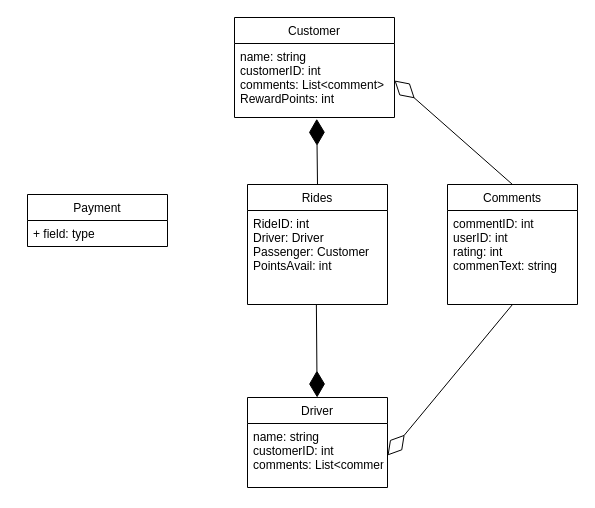
Above: Credit6bDP1.drawio in LastMinuteBanter/DistinctionTaskUML (draw.io), before the change. Source tidied: cells renumbered, new cells numbered last; positions are measured from the earlier drawing's top-left corner, leaving out a move shared by most shapes. Both pictures are drawn from the tidied source at 100%, with x=0, y=0 at pixel (27, 17).
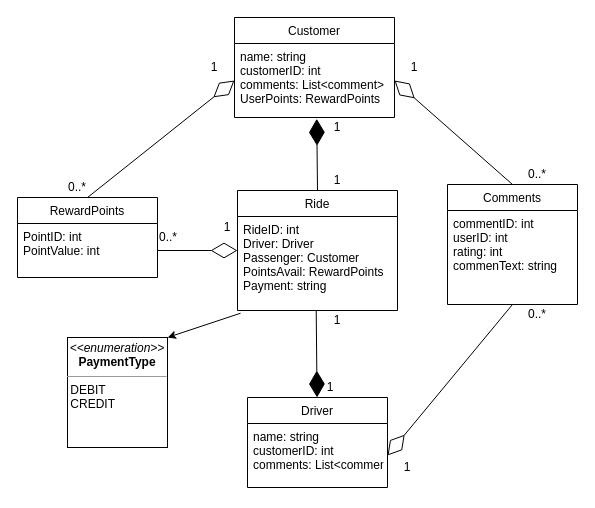
After the change.

The change refers to these unchanged cells:
```xml
<mxCell id="6" value="Customer" style="swimlane;fontStyle=0;horizontal=1;startSize=26;fillColor=none;" parent="1" vertex="1">
  <mxGeometry x="207" width="160" height="100" as="geometry" />
</mxCell>
```

Diff of the diagram source:
```diff
@@
-    <mxCell id="2" value="Payment" style="swimlane;fontStyle=0;horizontal=1;startSize=26;fillColor=none;" parent="1" vertex="1">
-      <mxGeometry y="177" width="140" height="52" as="geometry" />
-    </mxCell>
-    <mxCell id="3" value="+ field: type" style="text;strokeColor=none;fillColor=none;align=left;verticalAlign=top;spacingLeft=4;spacingRight=4;overflow=hidden;points=[[0,0.5],[1,0.5]];portConstraint=eastwest;" parent="2" vertex="1">
-      <mxGeometry y="26" width="140" height="26" as="geometry" />
-    </mxCell>
-    <mxCell id="4" value="Rides" style="swimlane;fontStyle=0;horizontal=1;startSize=26;fillColor=none;" parent="1" vertex="1">
-      <mxGeometry x="220" y="167" width="140" height="120" as="geometry" />
-    </mxCell>
-    <mxCell id="5" value="RideID: int&#10;Driver: Driver&#10;Passenger: Customer&#10;PointsAvail: int&#10;&#10;" style="text;strokeColor=none;fillColor=none;align=left;verticalAlign=top;spacingLeft=4;spacingRight=4;overflow=hidden;points=[[0,0.5],[1,0.5]];portConstraint=eastwest;" parent="4" vertex="1">
-      <mxGeometry y="26" width="140" height="94" as="geometry" />
-    </mxCell>
@@
-    <mxCell id="7" value="name: string&#10;customerID: int&#10;comments: List&lt;comment&gt;&#10;RewardPoints: int&#10;&#10;&#10;&#10;" style="text;strokeColor=none;fillColor=none;align=left;verticalAlign=top;spacingLeft=4;spacingRight=4;overflow=hidden;points=[[0,0.5],[1,0.5]];portConstraint=eastwest;" parent="6" vertex="1">
+    <mxCell id="7" value="name: string&#10;customerID: int&#10;comments: List&lt;comment&gt;&#10;UserPoints: RewardPoints&#10;&#10;&#10;&#10;" style="text;strokeColor=none;fillColor=none;align=left;verticalAlign=top;spacingLeft=4;spacingRight=4;overflow=hidden;points=[[0,0.5],[1,0.5]];portConstraint=eastwest;" parent="6" vertex="1">
       <mxGeometry y="26" width="160" height="74" as="geometry" />
     </mxCell>
@@
+    <mxCell id="16" style="endArrow=diamondThin;endFill=0;endSize=24;html=1;entryX=0;entryY=0.5;entryDx=0;entryDy=0;exitX=0.5;exitY=0;exitDx=0;exitDy=0;" parent="1" edge="1" source="2" target="7">
+      <mxGeometry relative="1" as="geometry" />
+    </mxCell>
+    <mxCell id="17" style="endArrow=diamondThin;endFill=0;endSize=24;html=1;entryX=0;entryY=0.5;entryDx=0;entryDy=0;exitX=1;exitY=0.5;exitDx=0;exitDy=0;" parent="1" edge="1" source="3" target="4">
+      <mxGeometry relative="1" as="geometry" />
+    </mxCell>
+    <mxCell id="18" value="&lt;p style=&quot;margin: 0px ; margin-top: 4px ; text-align: center&quot;&gt;&lt;i&gt;&amp;lt;&amp;lt;enumeration&amp;gt;&amp;gt;&lt;/i&gt;&lt;br&gt;&lt;b&gt;PaymentType&lt;/b&gt;&lt;/p&gt;&lt;hr size=&quot;1&quot;&gt;&lt;div&gt;&amp;nbsp;DEBIT&lt;/div&gt;&lt;div&gt;&amp;nbsp;CREDIT&lt;br&gt;&lt;/div&gt;" style="verticalAlign=top;align=left;overflow=fill;fontSize=12;fontFamily=Helvetica;html=1;" parent="1" vertex="1">
+      <mxGeometry x="40" y="320" width="100" height="110" as="geometry" />
+    </mxCell>
+    <mxCell id="19" style="endArrow=classic;html=1;exitX=0.019;exitY=1.029;exitDx=0;exitDy=0;exitPerimeter=0;entryX=1;entryY=0;entryDx=0;entryDy=0;" parent="1" edge="1" source="5" target="18">
+      <mxGeometry relative="1" as="geometry" />
+    </mxCell>
+    <mxCell id="20" value="1" style="text;html=1;strokeColor=none;fillColor=none;align=center;verticalAlign=middle;whiteSpace=wrap;rounded=0;" parent="1" vertex="1">
+      <mxGeometry x="367" y="40" width="40" height="20" as="geometry" />
+    </mxCell>
+    <mxCell id="21" value="0..*" style="text;html=1;strokeColor=none;fillColor=none;align=center;verticalAlign=middle;whiteSpace=wrap;rounded=0;" parent="1" vertex="1">
+      <mxGeometry x="490" y="147" width="40" height="20" as="geometry" />
+    </mxCell>
+    <mxCell id="22" value="1" style="text;html=1;strokeColor=none;fillColor=none;align=center;verticalAlign=middle;whiteSpace=wrap;rounded=0;" parent="1" vertex="1">
+      <mxGeometry x="360" y="440" width="40" height="20" as="geometry" />
+    </mxCell>
+    <mxCell id="23" value="0..*" style="text;html=1;strokeColor=none;fillColor=none;align=center;verticalAlign=middle;whiteSpace=wrap;rounded=0;" parent="1" vertex="1">
+      <mxGeometry x="490" y="287" width="40" height="20" as="geometry" />
+    </mxCell>
+    <mxCell id="24" value="1" style="text;html=1;strokeColor=none;fillColor=none;align=center;verticalAlign=middle;whiteSpace=wrap;rounded=0;" parent="1" vertex="1">
+      <mxGeometry x="167" y="40" width="40" height="20" as="geometry" />
+    </mxCell>
+    <mxCell id="25" value="0..*" style="text;html=1;strokeColor=none;fillColor=none;align=center;verticalAlign=middle;whiteSpace=wrap;rounded=0;" parent="1" vertex="1">
+      <mxGeometry x="30" y="160" width="40" height="20" as="geometry" />
+    </mxCell>
+    <mxCell id="4" value="Ride" style="swimlane;fontStyle=0;horizontal=1;startSize=26;fillColor=none;" parent="1" vertex="1">
+      <mxGeometry x="210" y="173" width="160" height="120" as="geometry" />
+    </mxCell>
+    <mxCell id="5" value="RideID: int&#10;Driver: Driver&#10;Passenger: Customer&#10;PointsAvail: RewardPoints&#10;Payment: string&#10;&#10;&#10;" style="text;strokeColor=none;fillColor=none;align=left;verticalAlign=top;spacingLeft=4;spacingRight=4;overflow=hidden;points=[[0,0.5],[1,0.5]];portConstraint=eastwest;" parent="4" vertex="1">
+      <mxGeometry y="26" width="160" height="94" as="geometry" />
+    </mxCell>
+    <mxCell id="2" value="RewardPoints" style="swimlane;fontStyle=0;horizontal=1;startSize=26;fillColor=none;" parent="1" vertex="1">
+      <mxGeometry x="-10" y="180" width="140" height="80" as="geometry" />
+    </mxCell>
+    <mxCell id="3" value="PointID: int&#10;PointValue: int&#10;" style="text;strokeColor=none;fillColor=none;align=left;verticalAlign=top;spacingLeft=4;spacingRight=4;overflow=hidden;points=[[0,0.5],[1,0.5]];portConstraint=eastwest;" parent="2" vertex="1">
+      <mxGeometry y="26" width="140" height="54" as="geometry" />
+    </mxCell>
+    <mxCell id="26" value="1" style="text;html=1;strokeColor=none;fillColor=none;align=center;verticalAlign=middle;whiteSpace=wrap;rounded=0;" parent="1" vertex="1">
+      <mxGeometry x="180" y="200" width="40" height="20" as="geometry" />
+    </mxCell>
+    <mxCell id="27" value="0..*" style="text;html=1;strokeColor=none;fillColor=none;align=center;verticalAlign=middle;whiteSpace=wrap;rounded=0;" parent="1" vertex="1">
+      <mxGeometry x="121" y="210" width="40" height="20" as="geometry" />
+    </mxCell>
+    <mxCell id="28" value="1" style="text;html=1;strokeColor=none;fillColor=none;align=center;verticalAlign=middle;whiteSpace=wrap;rounded=0;" parent="1" vertex="1">
+      <mxGeometry x="290" y="100" width="40" height="20" as="geometry" />
+    </mxCell>
+    <mxCell id="29" value="1" style="text;html=1;strokeColor=none;fillColor=none;align=center;verticalAlign=middle;whiteSpace=wrap;rounded=0;" parent="1" vertex="1">
+      <mxGeometry x="283" y="360" width="40" height="20" as="geometry" />
+    </mxCell>
+    <mxCell id="30" value="1" style="text;html=1;strokeColor=none;fillColor=none;align=center;verticalAlign=middle;whiteSpace=wrap;rounded=0;" parent="1" vertex="1">
+      <mxGeometry x="290" y="153" width="40" height="20" as="geometry" />
+    </mxCell>
+    <mxCell id="31" value="1" style="text;html=1;strokeColor=none;fillColor=none;align=center;verticalAlign=middle;whiteSpace=wrap;rounded=0;" parent="1" vertex="1">
+      <mxGeometry x="290" y="293" width="40" height="20" as="geometry" />
+    </mxCell>
```
